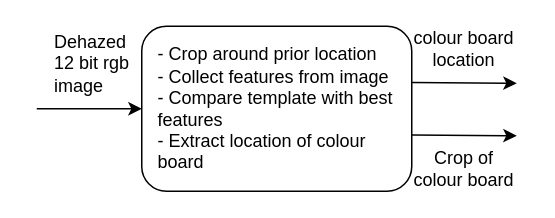
jens1906/Robotteknologi-3.-semester keeps this draw.io diagram as P3/Modules/WB_Checker_Detection.drawio. Above is the earlier version. Source tidied: cells renumbered, new cells numbered last; positions are measured from the earlier drawing's top-left corner, leaving out a move shared by most shapes. Both pictures are drawn from the tidied source at 150%, with x=0, y=0 at pixel (36, 26).
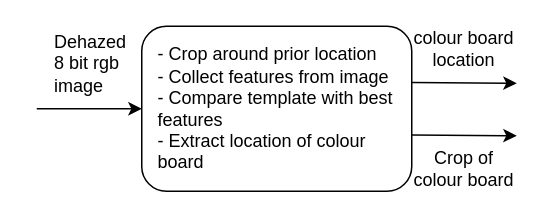
The same page after the edit.

Commit message (it also covers changes not shown here):
White Box - Locate checker

Diff of the diagram source:
```diff
@@
 <mxGraphModel>
   <root>
     <mxCell id="0" />
     <mxCell id="1" parent="0" />
     <mxCell id="2" value="Crop of colour board" style="text;html=1;align=center;verticalAlign=middle;whiteSpace=wrap;rounded=0;" parent="1" vertex="1">
       <mxGeometry x="250" y="80" width="70" height="30" as="geometry" />
     </mxCell>
     <mxCell id="3" style="rounded=1;whiteSpace=wrap;html=1;" parent="1" vertex="1">
       <mxGeometry x="70" width="180" height="110" as="geometry" />
     </mxCell>
     <mxCell id="4" value="&lt;div style=&quot;text-align: left;&quot;&gt;&lt;span style=&quot;&quot;&gt;- Crop around prior location&lt;/span&gt;&lt;span style=&quot;&quot;&gt;&lt;/span&gt;&lt;/div&gt;&lt;span style=&quot;&quot;&gt;&lt;div style=&quot;text-align: left;&quot;&gt;&lt;span style=&quot;background-color: initial;&quot;&gt;- Collect features from image&lt;/span&gt;&lt;/div&gt;&lt;/span&gt;&lt;div style=&quot;text-align: left;&quot;&gt;&lt;span style=&quot;&quot;&gt;- Compare template with best features&lt;/span&gt;&lt;span style=&quot;&quot;&gt;&lt;/span&gt;&lt;/div&gt;&lt;div style=&quot;text-align: left;&quot;&gt;&lt;span style=&quot;&quot;&gt;- Extract location of colour board&lt;/span&gt;&lt;span style=&quot;text-align: left;&quot;&gt;&lt;/span&gt;&lt;/div&gt;" style="text;html=1;align=center;verticalAlign=middle;whiteSpace=wrap;rounded=0;" parent="1" vertex="1">
       <mxGeometry x="80" y="20" width="170" height="70" as="geometry" />
     </mxCell>
-    <mxCell id="5" value="Dehazed 12 bit rgb&lt;div&gt;image&lt;/div&gt;" style="text;html=1;align=left;verticalAlign=middle;whiteSpace=wrap;rounded=0;" parent="1" vertex="1">
+    <mxCell id="5" value="Dehazed 8 bit rgb&lt;div&gt;image&lt;/div&gt;" style="text;html=1;align=left;verticalAlign=middle;whiteSpace=wrap;rounded=0;" parent="1" vertex="1">
       <mxGeometry x="10" y="10" width="60" height="30" as="geometry" />
     </mxCell>
     <mxCell id="6" style="endArrow=classic;html=1;rounded=0;entryX=0;entryY=0.5;entryDx=0;entryDy=0;" parent="1" edge="1" target="3">
       <mxGeometry relative="1" as="geometry">
         <mxPoint y="55" as="sourcePoint" />
       </mxGeometry>
     </mxCell>
     <mxCell id="7" style="endArrow=classic;html=1;rounded=0;exitX=1;exitY=0.75;exitDx=0;exitDy=0;" parent="1" edge="1" source="4">
       <mxGeometry relative="1" as="geometry">
         <mxPoint x="320" y="73" as="targetPoint" />
       </mxGeometry>
     </mxCell>
     <mxCell id="8" style="endArrow=classic;html=1;rounded=0;exitX=1;exitY=0.25;exitDx=0;exitDy=0;" parent="1" edge="1" source="4">
       <mxGeometry relative="1" as="geometry">
         <mxPoint x="320" y="38" as="targetPoint" />
       </mxGeometry>
     </mxCell>
     <mxCell id="9" value="colour board location" style="text;html=1;align=center;verticalAlign=middle;whiteSpace=wrap;rounded=0;" parent="1" vertex="1">
       <mxGeometry x="250" width="70" height="30" as="geometry" />
     </mxCell>
   </root>
 </mxGraphModel>
```
